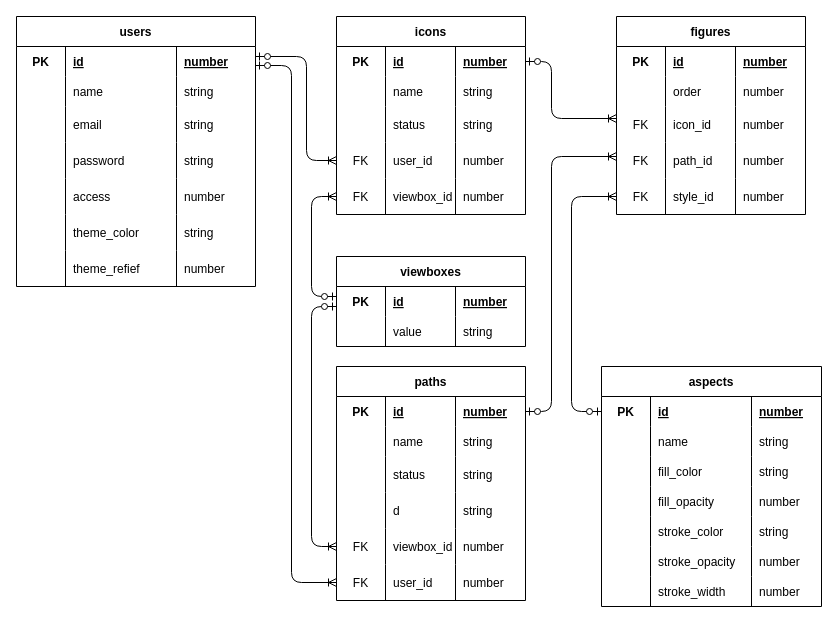
Johblanc/iconotheque_back keeps this draw.io diagram as doc/ERM_V2.drawio. Above is the earlier version. Source tidied: cells renumbered, new cells numbered last; positions are measured from the earlier drawing's top-left corner, leaving out a move shared by most shapes. Both pictures are drawn from the tidied source at 100%, with x=0, y=0 at pixel (16, 16).
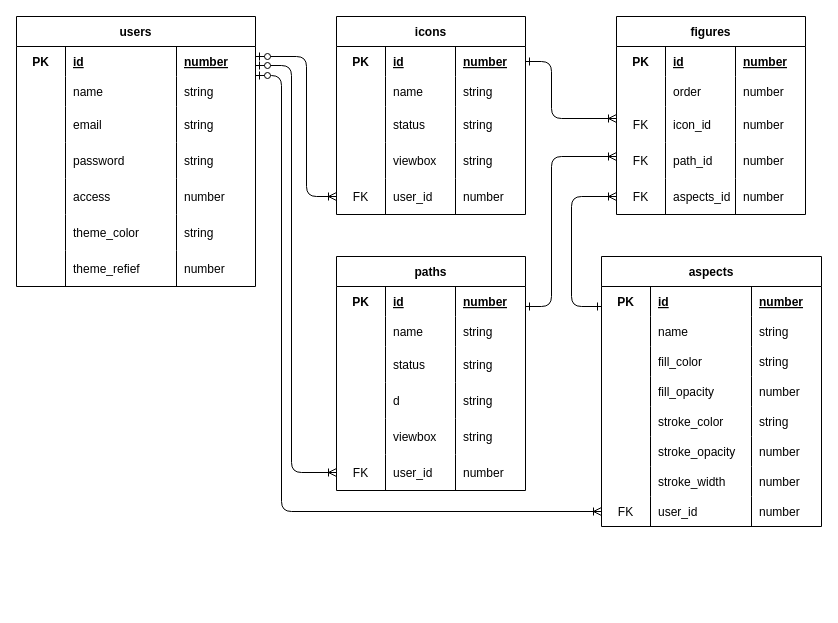
The same diagram, later.

Commit message (it also covers changes not shown here):
Refact : Suppression table viewBox

The change refers to these unchanged cells:
```xml
<mxCell id="3" style="shape=tableRow;horizontal=0;startSize=0;swimlaneHead=0;swimlaneBody=0;fillColor=none;points=[[0,0.5],[1,0.5]];portConstraint=eastwest;top=0;left=0;right=0;bottom=0;" parent="2" vertex="1">
  <mxGeometry y="30" width="189" height="30" as="geometry" />
</mxCell>
<mxCell id="19" style="shape=tableRow;horizontal=0;startSize=0;swimlaneHead=0;swimlaneBody=0;fillColor=none;points=[[0,0.5],[1,0.5]];portConstraint=eastwest;top=0;left=0;right=0;bottom=0;" parent="2" vertex="1">
  <mxGeometry y="162" width="189" height="36" as="geometry" />
</mxCell>
<mxCell id="23" style="shape=tableRow;horizontal=0;startSize=0;swimlaneHead=0;swimlaneBody=0;fillColor=none;points=[[0,0.5],[1,0.5]];portConstraint=eastwest;top=0;left=0;right=0;bottom=0;" parent="2" vertex="1">
  <mxGeometry y="198" width="189" height="36" as="geometry" />
</mxCell>
<mxCell id="38" style="shape=tableRow;horizontal=0;startSize=0;swimlaneHead=0;swimlaneBody=0;fillColor=none;points=[[0,0.5],[1,0.5]];portConstraint=eastwest;top=0;left=0;right=0;bottom=0;" parent="37" vertex="1">
  <mxGeometry y="30" width="239" height="30" as="geometry" />
</mxCell>
<mxCell id="66" value="icons" style="shape=table;startSize=30;childLayout=tableLayout;rowLines=0;fontStyle=1;align=center;" parent="1" vertex="1">
  <mxGeometry x="320" width="189" height="198" as="geometry" />
</mxCell>
<mxCell id="67" style="shape=tableRow;horizontal=0;startSize=0;swimlaneHead=0;swimlaneBody=0;fillColor=none;points=[[0,0.5],[1,0.5]];portConstraint=eastwest;top=0;left=0;right=0;bottom=0;" parent="66" vertex="1">
  <mxGeometry y="30" width="189" height="30" as="geometry" />
</mxCell>
<mxCell id="99" style="shape=tableRow;horizontal=0;startSize=0;swimlaneHead=0;swimlaneBody=0;fillColor=none;points=[[0,0.5],[1,0.5]];portConstraint=eastwest;top=0;left=0;right=0;bottom=0;" parent="90" vertex="1">
  <mxGeometry y="90" width="189" height="36" as="geometry" />
</mxCell>
<mxCell id="103" style="shape=tableRow;horizontal=0;startSize=0;swimlaneHead=0;swimlaneBody=0;fillColor=none;points=[[0,0.5],[1,0.5]];portConstraint=eastwest;top=0;left=0;right=0;bottom=0;" parent="90" vertex="1">
  <mxGeometry y="126" width="189" height="36" as="geometry" />
</mxCell>
<mxCell id="107" style="shape=tableRow;horizontal=0;startSize=0;swimlaneHead=0;swimlaneBody=0;fillColor=none;points=[[0,0.5],[1,0.5]];portConstraint=eastwest;top=0;left=0;right=0;bottom=0;" parent="90" vertex="1">
  <mxGeometry y="162" width="189" height="36" as="geometry" />
</mxCell>
<mxCell id="114" style="shape=tableRow;horizontal=0;startSize=0;swimlaneHead=0;swimlaneBody=0;fillColor=none;points=[[0,0.5],[1,0.5]];portConstraint=eastwest;top=0;left=0;right=0;bottom=0;" parent="113" vertex="1">
  <mxGeometry y="30" width="220" height="30" as="geometry" />
</mxCell>
```

Change to the diagram source:
```diff
@@
     <mxCell id="2" value="paths" style="shape=table;startSize=30;childLayout=tableLayout;rowLines=0;fontStyle=1;align=center;" parent="1" vertex="1">
-      <mxGeometry x="320" y="350" width="189" height="234" as="geometry" />
+      <mxGeometry x="320" y="240" width="189" height="234" as="geometry" />
     </mxCell>
@@
-    <mxCell id="20" value="FK" style="shape=partialRectangle;fillColor=none;top=0;left=0;bottom=0;right=0;overflow=hidden;" parent="19" vertex="1">
+    <mxCell id="20" style="shape=partialRectangle;fillColor=none;top=0;left=0;bottom=0;right=0;overflow=hidden;" parent="19" vertex="1">
       <mxGeometry width="49" height="36" as="geometry" />
     </mxCell>
-    <mxCell id="21" value="viewbox_id" style="shape=partialRectangle;fillColor=none;top=0;left=0;bottom=0;right=0;align=left;spacingLeft=6;overflow=hidden;" parent="19" vertex="1">
+    <mxCell id="21" value="viewbox" style="shape=partialRectangle;fillColor=none;top=0;left=0;bottom=0;right=0;align=left;spacingLeft=6;overflow=hidden;" parent="19" vertex="1">
       <mxGeometry x="49" width="70" height="36" as="geometry" />
     </mxCell>
-    <mxCell id="22" value="number" style="shape=partialRectangle;fillColor=none;top=0;left=0;bottom=0;right=0;align=left;spacingLeft=6;overflow=hidden;" parent="19" vertex="1">
+    <mxCell id="22" value="string" style="shape=partialRectangle;fillColor=none;top=0;left=0;bottom=0;right=0;align=left;spacingLeft=6;overflow=hidden;" parent="19" vertex="1">
       <mxGeometry x="119" width="70" height="36" as="geometry" />
     </mxCell>
@@
-    <mxCell id="27" value="viewboxes" style="shape=table;startSize=30;childLayout=tableLayout;rowLines=0;fontStyle=1;align=center;" parent="1" vertex="1">
-      <mxGeometry x="320" y="240" width="189" height="90" as="geometry" />
-    </mxCell>
-    <mxCell id="28" style="shape=tableRow;horizontal=0;startSize=0;swimlaneHead=0;swimlaneBody=0;fillColor=none;points=[[0,0.5],[1,0.5]];portConstraint=eastwest;top=0;left=0;right=0;bottom=0;" parent="27" vertex="1">
-      <mxGeometry y="30" width="189" height="30" as="geometry" />
-    </mxCell>
-    <mxCell id="29" value="PK" style="shape=partialRectangle;fillColor=none;top=0;left=0;bottom=0;right=0;fontStyle=1;overflow=hidden;" parent="28" vertex="1">
-      <mxGeometry width="49" height="30" as="geometry" />
-    </mxCell>
-    <mxCell id="30" value="id" style="shape=partialRectangle;fillColor=none;top=0;left=0;bottom=0;right=0;align=left;spacingLeft=6;fontStyle=5;overflow=hidden;" parent="28" vertex="1">
-      <mxGeometry x="49" width="70" height="30" as="geometry" />
-    </mxCell>
-    <mxCell id="31" value="number" style="shape=partialRectangle;fillColor=none;top=0;left=0;bottom=0;right=0;align=left;spacingLeft=6;fontStyle=5;overflow=hidden;" parent="28" vertex="1">
-      <mxGeometry x="119" width="70" height="30" as="geometry" />
-    </mxCell>
-    <mxCell id="32" style="shape=tableRow;horizontal=0;startSize=0;swimlaneHead=0;swimlaneBody=0;fillColor=none;top=0;left=0;right=0;bottom=0;" parent="27" vertex="1">
-      <mxGeometry y="60" width="189" height="30" as="geometry" />
-    </mxCell>
-    <mxCell id="33" style="shape=partialRectangle;fillColor=none;top=0;left=0;bottom=0;right=0;overflow=hidden;" parent="32" vertex="1">
-      <mxGeometry width="49" height="30" as="geometry" />
-    </mxCell>
-    <mxCell id="34" value="value" style="shape=partialRectangle;fillColor=none;top=0;left=0;bottom=0;right=0;align=left;spacingLeft=6;overflow=hidden;" parent="32" vertex="1">
-      <mxGeometry x="49" width="70" height="30" as="geometry" />
-    </mxCell>
-    <mxCell id="35" value="string" style="shape=partialRectangle;fillColor=none;top=0;left=0;bottom=0;right=0;align=left;spacingLeft=6;overflow=hidden;" parent="32" vertex="1">
-      <mxGeometry x="119" width="70" height="30" as="geometry" />
-    </mxCell>
     <mxCell id="36" style="edgeStyle=orthogonalEdgeStyle;fontSize=12;html=1;endArrow=ERoneToMany;startArrow=ERzeroToOne;jumpStyle=sharp;" parent="1" edge="1" source="38" target="23">
       <mxGeometry relative="1" as="geometry">
         <Array as="points">
           <mxPoint x="275" y="49" />
-          <mxPoint x="275" y="566" />
+          <mxPoint x="275" y="456" />
         </Array>
       </mxGeometry>
     </mxCell>
@@
+    <mxCell id="83" style="shape=tableRow;horizontal=0;startSize=0;swimlaneHead=0;swimlaneBody=0;fillColor=none;points=[[0,0.5],[1,0.5]];portConstraint=eastwest;top=0;left=0;right=0;bottom=0;" parent="66" vertex="1">
+      <mxGeometry y="126" width="189" height="36" as="geometry" />
+    </mxCell>
+    <mxCell id="84" style="shape=partialRectangle;fillColor=none;top=0;left=0;bottom=0;right=0;overflow=hidden;" parent="83" vertex="1">
+      <mxGeometry width="49" height="36" as="geometry" />
+    </mxCell>
+    <mxCell id="85" value="viewbox" style="shape=partialRectangle;fillColor=none;top=0;left=0;bottom=0;right=0;align=left;spacingLeft=6;overflow=hidden;" parent="83" vertex="1">
+      <mxGeometry x="49" width="70" height="36" as="geometry" />
+    </mxCell>
+    <mxCell id="86" value="string" style="shape=partialRectangle;fillColor=none;top=0;left=0;bottom=0;right=0;align=left;spacingLeft=6;overflow=hidden;" parent="83" vertex="1">
+      <mxGeometry x="119" width="70" height="36" as="geometry" />
+    </mxCell>
     <mxCell id="79" style="shape=tableRow;horizontal=0;startSize=0;swimlaneHead=0;swimlaneBody=0;fillColor=none;points=[[0,0.5],[1,0.5]];portConstraint=eastwest;top=0;left=0;right=0;bottom=0;" parent="66" vertex="1">
-      <mxGeometry y="126" width="189" height="36" as="geometry" />
+      <mxGeometry y="162" width="189" height="36" as="geometry" />
     </mxCell>
@@
-    <mxCell id="83" style="shape=tableRow;horizontal=0;startSize=0;swimlaneHead=0;swimlaneBody=0;fillColor=none;points=[[0,0.5],[1,0.5]];portConstraint=eastwest;top=0;left=0;right=0;bottom=0;" parent="66" vertex="1">
-      <mxGeometry y="162" width="189" height="36" as="geometry" />
-    </mxCell>
-    <mxCell id="84" value="FK" style="shape=partialRectangle;fillColor=none;top=0;left=0;bottom=0;right=0;overflow=hidden;" parent="83" vertex="1">
-      <mxGeometry width="49" height="36" as="geometry" />
-    </mxCell>
-    <mxCell id="85" value="viewbox_id" style="shape=partialRectangle;fillColor=none;top=0;left=0;bottom=0;right=0;align=left;spacingLeft=6;overflow=hidden;" parent="83" vertex="1">
-      <mxGeometry x="49" width="70" height="36" as="geometry" />
-    </mxCell>
-    <mxCell id="86" value="number" style="shape=partialRectangle;fillColor=none;top=0;left=0;bottom=0;right=0;align=left;spacingLeft=6;overflow=hidden;" parent="83" vertex="1">
-      <mxGeometry x="119" width="70" height="36" as="geometry" />
-    </mxCell>
-    <mxCell id="87" style="edgeStyle=orthogonalEdgeStyle;fontSize=12;html=1;endArrow=ERoneToMany;startArrow=ERzeroToOne;jumpStyle=gap;" parent="1" edge="1" source="28" target="19">
-      <mxGeometry relative="1" as="geometry">
-        <Array as="points">
-          <mxPoint x="295" y="290" />
-          <mxPoint x="295" y="530" />
-        </Array>
-      </mxGeometry>
-    </mxCell>
-    <mxCell id="88" style="edgeStyle=orthogonalEdgeStyle;fontSize=12;html=1;endArrow=ERoneToMany;startArrow=ERzeroToOne;" parent="1" edge="1" source="28" target="83">
-      <mxGeometry relative="1" as="geometry">
-        <Array as="points">
-          <mxPoint x="295" y="280" />
-          <mxPoint x="295" y="180" />
-        </Array>
-      </mxGeometry>
-    </mxCell>
     <mxCell id="89" style="edgeStyle=orthogonalEdgeStyle;fontSize=12;html=1;endArrow=ERoneToMany;startArrow=ERzeroToOne;" parent="1" edge="1" source="38" target="79">
       <mxGeometry relative="1" as="geometry">
         <Array as="points">
           <mxPoint x="290" y="40" />
-          <mxPoint x="290" y="144" />
+          <mxPoint x="290" y="180" />
         </Array>
       </mxGeometry>
     </mxCell>
@@
-    <mxCell id="109" value="style_id" style="shape=partialRectangle;fillColor=none;top=0;left=0;bottom=0;right=0;align=left;spacingLeft=6;overflow=hidden;" parent="107" vertex="1">
+    <mxCell id="109" value="aspects_id" style="shape=partialRectangle;fillColor=none;top=0;left=0;bottom=0;right=0;align=left;spacingLeft=6;overflow=hidden;" parent="107" vertex="1">
       <mxGeometry x="49" width="70" height="36" as="geometry" />
     </mxCell>
@@
-    <mxCell id="111" style="edgeStyle=orthogonalEdgeStyle;fontSize=12;html=1;endArrow=ERoneToMany;startArrow=ERzeroToOne;" parent="1" edge="1" source="67" target="99">
+    <mxCell id="111" style="edgeStyle=orthogonalEdgeStyle;fontSize=12;html=1;endArrow=ERoneToMany;startArrow=ERone;startFill=0;" parent="1" edge="1" source="67" target="99">
       <mxGeometry relative="1" as="geometry">
         <Array as="points">
           <mxPoint x="535" y="45" />
           <mxPoint x="535" y="102" />
         </Array>
       </mxGeometry>
     </mxCell>
-    <mxCell id="112" style="edgeStyle=orthogonalEdgeStyle;fontSize=12;html=1;endArrow=ERoneToMany;startArrow=ERzeroToOne;" parent="1" edge="1" source="3" target="103">
+    <mxCell id="112" style="edgeStyle=orthogonalEdgeStyle;fontSize=12;html=1;endArrow=ERoneToMany;startArrow=ERone;startFill=0;" parent="1" edge="1" source="3" target="103">
       <mxGeometry relative="1" as="geometry">
         <Array as="points">
-          <mxPoint x="535" y="395" />
+          <mxPoint x="535" y="290" />
           <mxPoint x="535" y="140" />
         </Array>
       </mxGeometry>
     </mxCell>
     <mxCell id="113" value="aspects" style="shape=table;startSize=30;childLayout=tableLayout;rowLines=0;fontStyle=1;align=center;" parent="1" vertex="1">
-      <mxGeometry x="585" y="350" width="220" height="240" as="geometry" />
+      <mxGeometry x="585" y="240" width="220" height="270" as="geometry" />
     </mxCell>
@@
+    <mxCell id="143" style="shape=tableRow;horizontal=0;startSize=0;swimlaneHead=0;swimlaneBody=0;fillColor=none;points=[[0,0.5],[1,0.5]];portConstraint=eastwest;top=0;left=0;right=0;bottom=0;" parent="113" vertex="1">
+      <mxGeometry y="240" width="220" height="30" as="geometry" />
+    </mxCell>
+    <mxCell id="144" value="FK" style="shape=partialRectangle;fillColor=none;top=0;left=0;bottom=0;right=0;overflow=hidden;" parent="143" vertex="1">
+      <mxGeometry width="49" height="30" as="geometry" />
+    </mxCell>
+    <mxCell id="145" value="user_id" style="shape=partialRectangle;fillColor=none;top=0;left=0;bottom=0;right=0;align=left;spacingLeft=6;overflow=hidden;" parent="143" vertex="1">
+      <mxGeometry x="49" width="101" height="30" as="geometry" />
+    </mxCell>
+    <mxCell id="31" value="number" style="shape=partialRectangle;fillColor=none;top=0;left=0;bottom=0;right=0;align=left;spacingLeft=6;overflow=hidden;" parent="143" vertex="1">
+      <mxGeometry x="150" width="70" height="30" as="geometry" />
+    </mxCell>
-    <mxCell id="142" style="edgeStyle=orthogonalEdgeStyle;fontSize=12;html=1;endArrow=ERoneToMany;startArrow=ERzeroToOne;" parent="1" edge="1" source="114" target="107">
+    <mxCell id="142" style="edgeStyle=orthogonalEdgeStyle;fontSize=12;html=1;endArrow=ERoneToMany;startArrow=ERone;startFill=0;" parent="1" edge="1" source="114" target="107">
       <mxGeometry relative="1" as="geometry">
         <Array as="points">
-          <mxPoint x="555" y="395" />
+          <mxPoint x="555" y="290" />
           <mxPoint x="555" y="180" />
         </Array>
       </mxGeometry>
     </mxCell>
+    <mxCell id="146" style="edgeStyle=orthogonalEdgeStyle;fontSize=12;html=1;endArrow=ERoneToMany;startArrow=ERzeroToOne;jumpStyle=sharp;" parent="1" edge="1" source="38" target="143">
+      <mxGeometry relative="1" as="geometry">
+        <Array as="points">
+          <mxPoint x="265" y="59" />
+          <mxPoint x="265" y="495" />
+        </Array>
+      </mxGeometry>
+    </mxCell>
```
